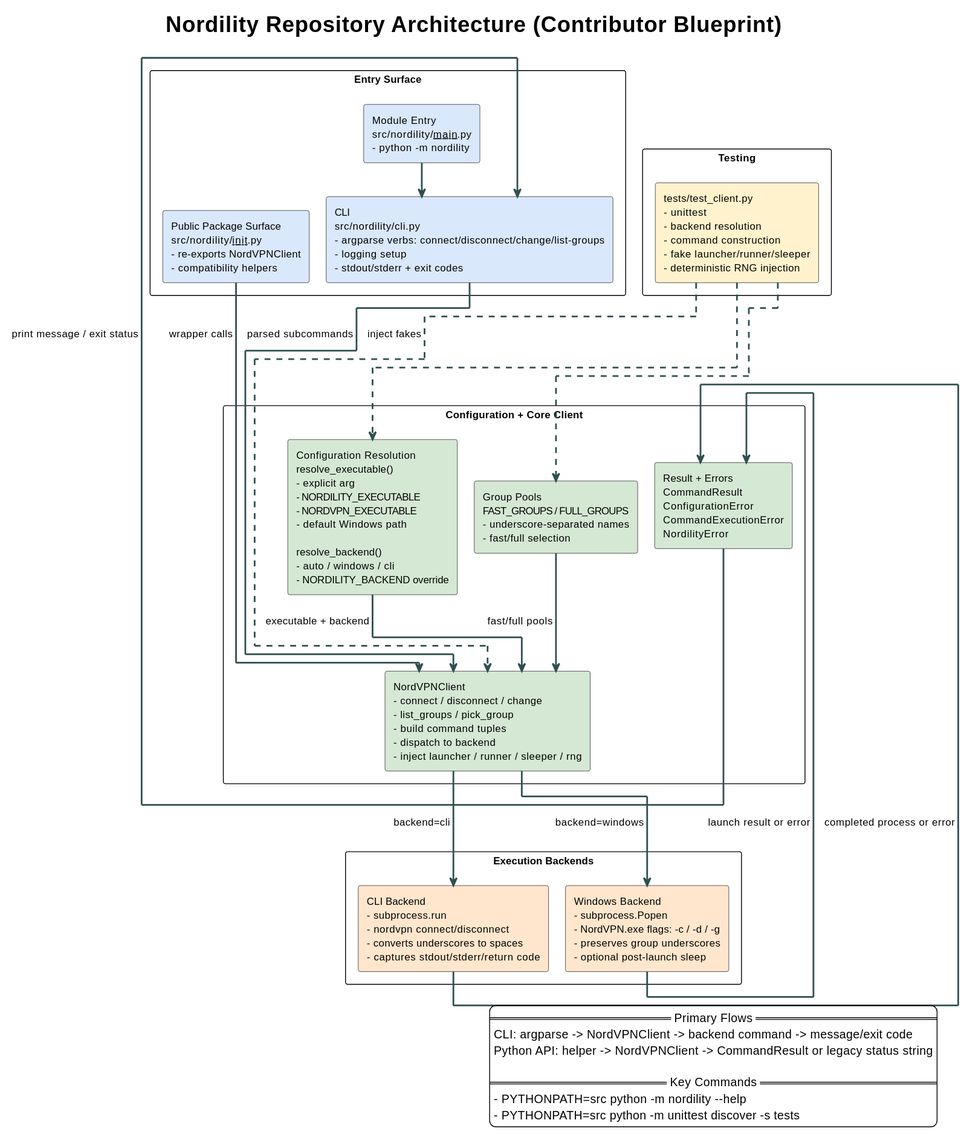
This is docs/diagrams/repo-architecture.puml.svg from casonk/nordility, a PlantUML export, as it was before one commit.
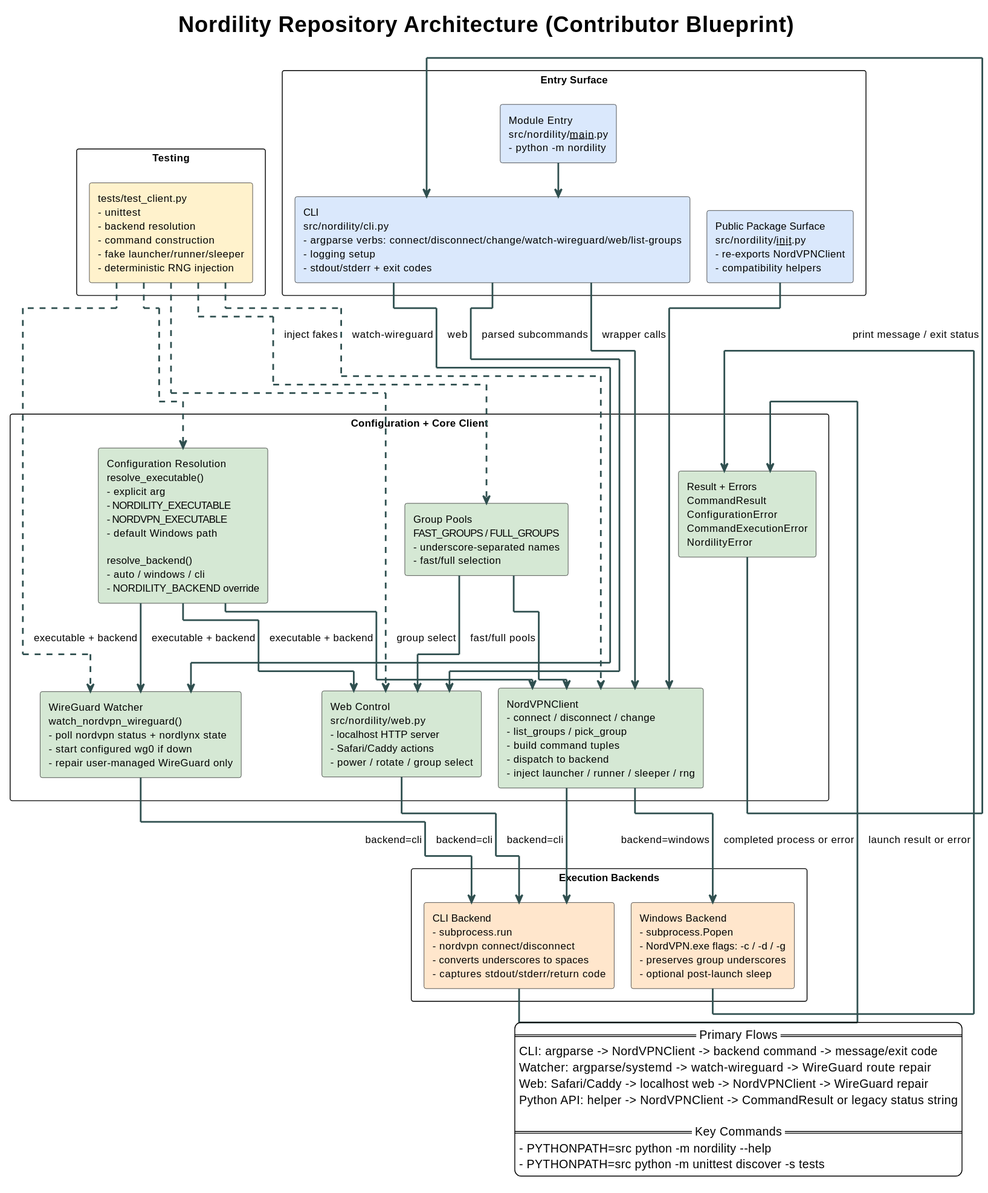
The same diagram one commit later.

What changed in the source:
```diff
@@ -19,7 +19,7 @@
 skinparam LegendFontSize 14
 
 package "Entry Surface" as ENTRY_PANEL #F5F5F5 {
-  rectangle "CLI\nsrc/nordility/cli.py\n- argparse verbs: connect/disconnect/change/list-groups\n- logging setup\n- stdout/stderr + exit codes" as CLI #DAE8FC
+  rectangle "CLI\nsrc/nordility/cli.py\n- argparse verbs: connect/disconnect/change/watch-wireguard/web/list-groups\n- logging setup\n- stdout/stderr + exit codes" as CLI #DAE8FC
   rectangle "Module Entry\nsrc/nordility/__main__.py\n- python -m nordility" as MOD #DAE8FC
   rectangle "Public Package Surface\nsrc/nordility/__init__.py\n- re-exports NordVPNClient\n- compatibility helpers" as API #DAE8FC
 }
@@ -28,6 +28,11 @@
   rectangle "Configuration Resolution\nresolve_executable()\n- explicit arg\n- NORDILITY_EXECUTABLE\n- NORDVPN_EXECUTABLE\n- default Windows path\n\nresolve_backend()\n- auto / windows / cli\n- NORDILITY_BACKEND override" as CONFIG #D5E8D4
 
   rectangle "NordVPNClient\n- connect / disconnect / change\n- list_groups / pick_group\n- build command tuples\n- dispatch to backend\n- inject launcher / runner / sleeper / rng" as CLIENT #D5E8D4
+
+  rectangle "WireGuard Watcher\nwatch_nordvpn_wireguard()\n- poll nordvpn status + nordlynx state\n- detect route/fwmark drift\n- repair user-managed WireGuard only" as WATCH #D5E8D4
+  rectangle "WireGuard Watcher\nwatch_nordvpn_wireguard()\n- poll nordvpn status + nordlynx state\n- start configured wg0 if down\n- repair user-managed WireGuard only" as WATCH #D5E8D4
+
+  rectangle "Web Control\nsrc/nordility/web.py\n- localhost HTTP server\n- Safari/Caddy actions\n- power / rotate / group select" as WEB #D5E8D4
 
   rectangle "Group Pools\nFAST_GROUPS / FULL_GROUPS\n- underscore-separated names\n- fast/full selection" as GROUPS #D5E8D4
 
@@ -46,21 +51,32 @@
 
 MOD --> CLI
 CLI --> CLIENT : parsed subcommands
+CLI --> WATCH : watch-wireguard
+CLI --> WEB : web
 API --> CLIENT : wrapper calls
 CONFIG --> CLIENT : executable + backend
+CONFIG --> WATCH : executable + backend
+CONFIG --> WEB : executable + backend
 GROUPS --> CLIENT : fast/full pools
+GROUPS --> WEB : group select
 CLIENT --> WIN : backend=windows
 CLIENT --> CLIBACK : backend=cli
+WATCH --> CLIBACK : backend=cli
+WEB --> CLIBACK : backend=cli
 WIN --> RESULT : launch result or error
 CLIBACK --> RESULT : completed process or error
 RESULT --> CLI : print message / exit status
 TESTS ..> CLIENT : inject fakes
+TESTS ..> WATCH
+TESTS ..> WEB
 TESTS ..> CONFIG
 TESTS ..> GROUPS
 
 legend right
   == Primary Flows ==
   CLI: argparse -> NordVPNClient -> backend command -> message/exit code
+  Watcher: argparse/systemd -> watch-wireguard -> WireGuard route repair
+  Web: Safari/Caddy -> localhost web -> NordVPNClient -> WireGuard repair
   Python API: helper -> NordVPNClient -> CommandResult or legacy status string
 
   == Key Commands ==
```
